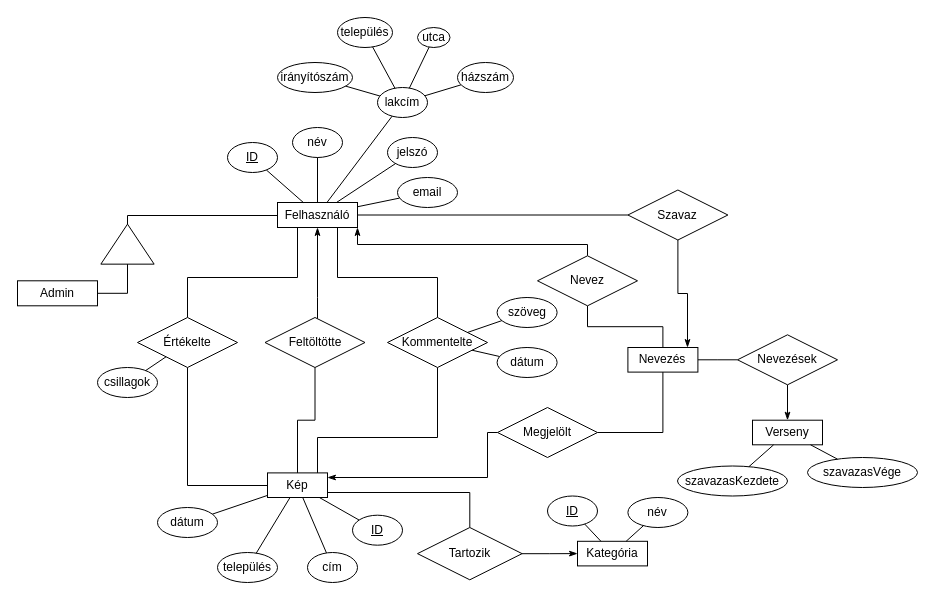
Earlier version of the draw.io diagram doc/egyedkapcsolat.drawio (7FroSty/fenykepalbum). Source tidied: cells renumbered, new cells numbered last; positions are measured from the earlier drawing's top-left corner, leaving out a move shared by most shapes. Both pictures are drawn from the tidied source at 100%, with x=0, y=0 at pixel (17, 17).
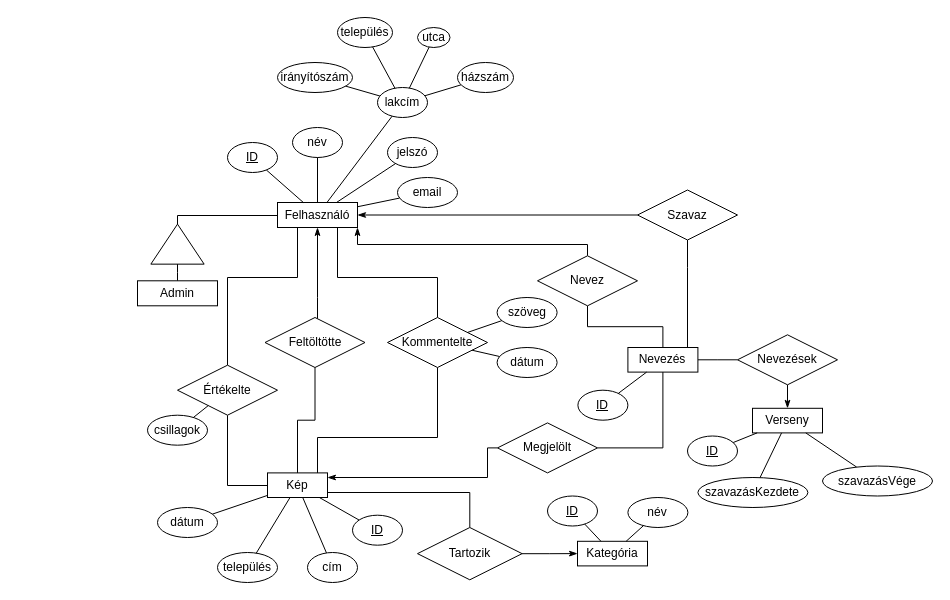
The same diagram, later.

Commit message (it also covers changes not shown here):
EK diagram, verseny leképezés, táblák

The change refers to these unchanged cells:
```xml
<mxCell id="3" value="Felhasználó" style="whiteSpace=wrap;html=1;align=center;" parent="1" vertex="1">
  <mxGeometry x="260" y="185" width="80" height="25" as="geometry" />
</mxCell>
<mxCell id="22" value="Kép" style="whiteSpace=wrap;html=1;align=center;" parent="1" vertex="1">
  <mxGeometry x="250" y="455.4" width="60" height="24.6" as="geometry" />
</mxCell>
<mxCell id="66" value="Nevezés" style="whiteSpace=wrap;html=1;align=center;" parent="1" vertex="1">
  <mxGeometry x="610.4" y="330" width="70" height="24.6" as="geometry" />
</mxCell>
```

Change to the diagram source:
```diff
@@
     <mxCell id="2" style="edgeStyle=orthogonalEdgeStyle;rounded=0;jettySize=auto;html=1;entryX=0.5;entryY=0;entryDx=0;entryDy=0;startArrow=none;startFill=0;endArrow=none;endFill=0;" parent="1" edge="1" source="3" target="40">
       <mxGeometry relative="1" as="geometry">
         <Array as="points">
           <mxPoint x="280" y="260" />
-          <mxPoint x="170" y="260" />
+          <mxPoint x="210" y="260" />
         </Array>
       </mxGeometry>
     </mxCell>
@@
     <mxCell id="39" style="edgeStyle=orthogonalEdgeStyle;rounded=0;jettySize=auto;html=1;startArrow=none;startFill=0;endArrow=none;endFill=0;" parent="1" edge="1" source="40" target="22">
       <mxGeometry relative="1" as="geometry">
         <Array as="points">
-          <mxPoint x="170" y="468" />
+          <mxPoint x="210" y="468" />
         </Array>
       </mxGeometry>
     </mxCell>
     <mxCell id="40" value="Értékelte" style="shape=rhombus;perimeter=rhombusPerimeter;whiteSpace=wrap;html=1;align=center;" parent="1" vertex="1">
-      <mxGeometry x="120" y="300" width="100" height="50" as="geometry" />
+      <mxGeometry x="160" y="347.7" width="100" height="50" as="geometry" />
     </mxCell>
     <mxCell id="41" value="csillagok" style="ellipse;whiteSpace=wrap;html=1;align=center;" parent="1" vertex="1">
-      <mxGeometry x="80" y="350" width="60" height="30" as="geometry" />
+      <mxGeometry x="130" y="397.7" width="60" height="30" as="geometry" />
     </mxCell>
@@
     <mxCell id="53" style="edgeStyle=orthogonalEdgeStyle;rounded=0;jettySize=auto;html=1;startArrow=none;startFill=0;endArrow=none;endFill=0;exitX=1;exitY=0.5;exitDx=0;exitDy=0;" parent="1" edge="1" source="54" target="3">
       <mxGeometry relative="1" as="geometry">
         <Array as="points">
-          <mxPoint x="110" y="198" />
+          <mxPoint x="160" y="198" />
         </Array>
       </mxGeometry>
     </mxCell>
     <mxCell id="54" style="triangle;whiteSpace=wrap;html=1;rotation=-90;" parent="1" vertex="1">
-      <mxGeometry x="90" y="200" width="40" height="53.3" as="geometry" />
+      <mxGeometry x="140" y="200" width="40" height="53.3" as="geometry" />
     </mxCell>
     <mxCell id="55" style="edgeStyle=orthogonalEdgeStyle;rounded=0;jettySize=auto;html=1;startArrow=none;startFill=0;endArrow=none;endFill=0;" parent="1" edge="1" source="56" target="54">
-      <mxGeometry relative="1" as="geometry" />
+      <mxGeometry relative="1" as="geometry">
+        <Array as="points">
+          <mxPoint x="160" y="255" />
+          <mxPoint x="160" y="255" />
+        </Array>
+      </mxGeometry>
     </mxCell>
     <mxCell id="56" value="Admin" style="whiteSpace=wrap;html=1;align=center;" parent="1" vertex="1">
-      <mxGeometry y="263.3" width="80" height="25" as="geometry" />
+      <mxGeometry x="120" y="263.3" width="80" height="25" as="geometry" />
     </mxCell>
     <mxCell id="57" value="Verseny" style="whiteSpace=wrap;html=1;align=center;" parent="1" vertex="1">
-      <mxGeometry x="735" y="402.7" width="70" height="24.6" as="geometry" />
+      <mxGeometry x="735" y="390.8" width="70" height="24.6" as="geometry" />
     </mxCell>
@@
-    <mxCell id="61" value="szavazasKezdete" style="ellipse;whiteSpace=wrap;html=1;align=center;" parent="1" vertex="1">
-      <mxGeometry x="660" y="448.5" width="110" height="30" as="geometry" />
+    <mxCell id="61" value="szavazásKezdete" style="ellipse;whiteSpace=wrap;html=1;align=center;" parent="1" vertex="1">
+      <mxGeometry x="680.4" y="460" width="110" height="30" as="geometry" />
     </mxCell>
-    <mxCell id="62" value="szavazasVége" style="ellipse;whiteSpace=wrap;html=1;align=center;" parent="1" vertex="1">
-      <mxGeometry x="790" y="440" width="110" height="30" as="geometry" />
+    <mxCell id="62" value="szavazásVége" style="ellipse;whiteSpace=wrap;html=1;align=center;" parent="1" vertex="1">
+      <mxGeometry x="805" y="448.5" width="110" height="30" as="geometry" />
     </mxCell>
@@
     <mxCell id="67" style="edgeStyle=orthogonalEdgeStyle;rounded=0;jettySize=auto;html=1;startArrow=none;startFill=0;endArrow=classicThin;endFill=1;" parent="1" edge="1" source="69" target="22">
       <mxGeometry relative="1" as="geometry">
         <Array as="points">
-          <mxPoint x="470" y="415" />
+          <mxPoint x="470" y="430" />
           <mxPoint x="470" y="460" />
         </Array>
       </mxGeometry>
     </mxCell>
@@
     <mxCell id="69" value="Megjelölt" style="shape=rhombus;perimeter=rhombusPerimeter;whiteSpace=wrap;html=1;align=center;" parent="1" vertex="1">
-      <mxGeometry x="480" y="390" width="100" height="50" as="geometry" />
+      <mxGeometry x="480" y="405.4" width="100" height="50" as="geometry" />
     </mxCell>
@@
-    <mxCell id="72" style="edgeStyle=orthogonalEdgeStyle;rounded=0;jettySize=auto;html=1;startArrow=none;startFill=0;endArrow=none;endFill=0;" parent="1" edge="1" source="74" target="3">
+    <mxCell id="72" style="edgeStyle=orthogonalEdgeStyle;rounded=0;jettySize=auto;html=1;startArrow=none;startFill=0;endArrow=classicThin;endFill=1;" parent="1" edge="1" source="74" target="3">
       <mxGeometry relative="1" as="geometry" />
     </mxCell>
-    <mxCell id="73" style="edgeStyle=orthogonalEdgeStyle;rounded=0;jettySize=auto;html=1;startArrow=none;startFill=0;endArrow=classicThin;endFill=1;" parent="1" edge="1" source="74" target="66">
+    <mxCell id="73" style="edgeStyle=orthogonalEdgeStyle;rounded=0;jettySize=auto;html=1;startArrow=none;startFill=0;endArrow=none;endFill=0;" parent="1" edge="1" source="74" target="66">
       <mxGeometry relative="1" as="geometry">
         <Array as="points">
-          <mxPoint x="660" y="276" />
-          <mxPoint x="670" y="276" />
+          <mxPoint x="670" y="250" />
+          <mxPoint x="670" y="250" />
         </Array>
       </mxGeometry>
     </mxCell>
     <mxCell id="74" value="Szavaz" style="shape=rhombus;perimeter=rhombusPerimeter;whiteSpace=wrap;html=1;align=center;" parent="1" vertex="1">
-      <mxGeometry x="610.4" y="172.5" width="100" height="50" as="geometry" />
+      <mxGeometry x="620" y="172.5" width="100" height="50" as="geometry" />
     </mxCell>
+    <mxCell id="75" value="ID" style="ellipse;whiteSpace=wrap;html=1;align=center;fontStyle=4;" parent="1" vertex="1">
+      <mxGeometry x="670" y="418.5" width="50" height="30" as="geometry" />
+    </mxCell>
+    <mxCell id="76" style="endArrow=none;html=1;" parent="1" edge="1" source="75" target="57">
+      <mxGeometry relative="1" as="geometry" />
+    </mxCell>
+    <mxCell id="77" value="ID" style="ellipse;whiteSpace=wrap;html=1;align=center;fontStyle=4;" parent="1" vertex="1">
+      <mxGeometry x="560.4" y="372.7" width="50" height="30" as="geometry" />
+    </mxCell>
+    <mxCell id="78" style="endArrow=none;html=1;" parent="1" edge="1" source="77" target="66">
+      <mxGeometry relative="1" as="geometry" />
+    </mxCell>
```
